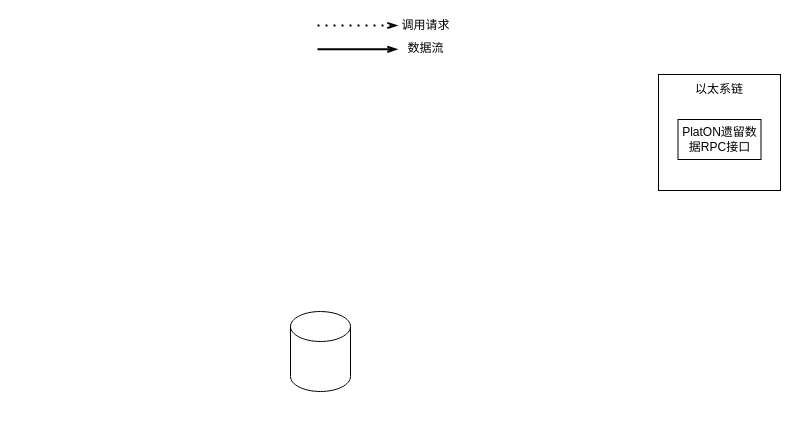
This is page "内置合约数据同步" (3 of 6) of VRF-architecture.drawio from trevorch/drawio, a draw.io file, before an edit. Source tidied: cells renumbered, new cells numbered last; positions are measured from the earlier drawing's top-left corner, leaving out a move shared by most shapes. Both pictures are drawn from the tidied source at 100%, with x=0, y=0 at pixel (290, 25).
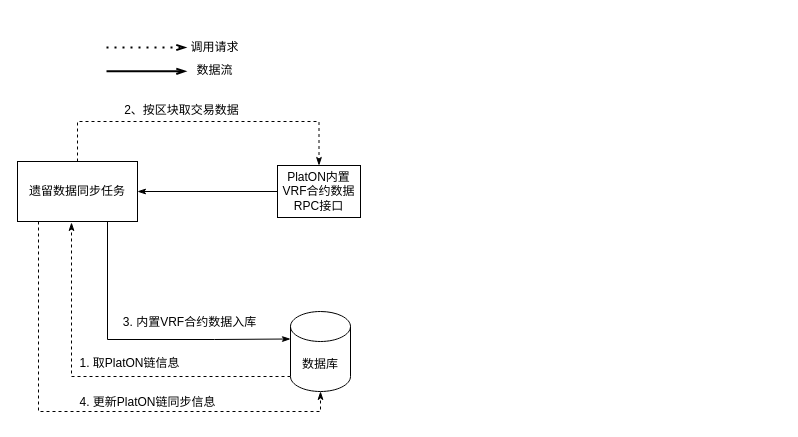
After the change.

Diff of the diagram source:
```diff
@@
     <mxCell id="2" style="endArrow=openThin;dashed=1;html=1;dashPattern=1 3;strokeWidth=2;rounded=0;fontSize=12;endFill=0;" parent="1" edge="1">
       <mxGeometry relative="1" as="geometry">
-        <mxPoint x="27" as="sourcePoint" />
-        <mxPoint x="107" as="targetPoint" />
+        <mxPoint x="-184" y="22" as="sourcePoint" />
+        <mxPoint x="-104" y="22" as="targetPoint" />
       </mxGeometry>
     </mxCell>
@@
     <mxCell id="4" style="endArrow=openThin;html=1;strokeWidth=2;rounded=0;fontSize=12;endFill=0;" parent="1" edge="1">
       <mxGeometry relative="1" as="geometry">
-        <mxPoint x="27" y="23.8" as="sourcePoint" />
-        <mxPoint x="107" y="23.8" as="targetPoint" />
+        <mxPoint x="-184" y="45.8" as="sourcePoint" />
+        <mxPoint x="-104" y="45.8" as="targetPoint" />
       </mxGeometry>
     </mxCell>
@@
-    <mxCell id="6" style="group;" parent="1" vertex="1">
-      <mxGeometry x="368" y="49" width="122" height="116" as="geometry" />
-    </mxCell>
-    <mxCell id="7" value="&lt;div style=&quot;text-align: left;&quot;&gt;&lt;span style=&quot;background-color: initial;&quot;&gt;以太系链&lt;/span&gt;&lt;/div&gt;&lt;div style=&quot;text-align: left;&quot;&gt;&lt;span style=&quot;background-color: initial;&quot;&gt;&lt;br&gt;&lt;/span&gt;&lt;/div&gt;&lt;div style=&quot;text-align: left;&quot;&gt;&lt;span style=&quot;background-color: initial;&quot;&gt;&lt;br&gt;&lt;/span&gt;&lt;/div&gt;&lt;div style=&quot;text-align: left;&quot;&gt;&lt;span style=&quot;background-color: initial;&quot;&gt;&lt;br&gt;&lt;/span&gt;&lt;/div&gt;&lt;div style=&quot;text-align: left;&quot;&gt;&lt;span style=&quot;background-color: initial;&quot;&gt;&lt;br&gt;&lt;/span&gt;&lt;/div&gt;&lt;div style=&quot;text-align: left;&quot;&gt;&lt;span style=&quot;background-color: initial;&quot;&gt;&lt;br&gt;&lt;/span&gt;&lt;/div&gt;&lt;div style=&quot;text-align: left;&quot;&gt;&lt;span style=&quot;background-color: initial;&quot;&gt;&lt;br&gt;&lt;/span&gt;&lt;/div&gt;" style="rounded=0;whiteSpace=wrap;html=1;fontSize=12;" parent="6" vertex="1">
-      <mxGeometry width="122" height="116" as="geometry" />
-    </mxCell>
+    <mxCell id="10" style="edgeStyle=orthogonalEdgeStyle;rounded=0;jettySize=auto;html=1;entryX=0.45;entryY=1.017;entryDx=0;entryDy=0;entryPerimeter=0;dashed=1;fontSize=12;startArrow=none;startFill=0;endArrow=classicThin;endFill=1;exitX=0;exitY=1;exitDx=0;exitDy=-15;exitPerimeter=0;" parent="1" edge="1" source="9" target="19">
+      <mxGeometry relative="1" as="geometry" />
+    </mxCell>
+    <mxCell id="11" value="1. 取PlatON链信息" style="edgeLabel;html=1;align=center;verticalAlign=middle;fontSize=12;" parent="10" vertex="1">
+      <mxGeometry x="0.65" y="-3" relative="1" as="geometry">
+        <mxPoint x="54" y="75" as="offset" />
+      </mxGeometry>
+    </mxCell>
+    <mxCell id="9" value="数据库" style="shape=cylinder3;whiteSpace=wrap;html=1;boundedLbl=1;backgroundOutline=1;size=15;fontSize=12;" parent="1" vertex="1">
+      <mxGeometry y="286" width="60" height="80" as="geometry" />
+    </mxCell>
+    <mxCell id="12" style="edgeStyle=orthogonalEdgeStyle;rounded=0;jettySize=auto;html=1;entryX=1;entryY=0.5;entryDx=0;entryDy=0;fontSize=12;startArrow=none;startFill=0;endArrow=classicThin;endFill=1;" parent="1" edge="1" source="8" target="19">
+      <mxGeometry relative="1" as="geometry" />
+    </mxCell>
-    <mxCell id="8" value="&lt;span style=&quot;&quot;&gt;PlatON遗留数据RPC接口&lt;/span&gt;" style="rounded=0;whiteSpace=wrap;html=1;fontSize=12;" parent="6" vertex="1">
-      <mxGeometry x="19.5" y="45" width="83" height="40" as="geometry" />
+    <mxCell id="8" value="&lt;span style=&quot;&quot;&gt;PlatON内置VRF合约数据RPC接口&lt;/span&gt;" style="rounded=0;whiteSpace=wrap;html=1;fontSize=12;" parent="1" vertex="1">
+      <mxGeometry x="-13" y="140" width="83" height="52" as="geometry" />
     </mxCell>
-    <mxCell id="9" style="shape=cylinder3;whiteSpace=wrap;html=1;boundedLbl=1;backgroundOutline=1;size=15;fontSize=12;" parent="1" vertex="1">
-      <mxGeometry y="286" width="60" height="80" as="geometry" />
-    </mxCell>
+    <mxCell id="13" style="edgeStyle=orthogonalEdgeStyle;rounded=0;jettySize=auto;html=1;entryX=0.5;entryY=0;entryDx=0;entryDy=0;dashed=1;fontSize=12;startArrow=none;startFill=0;endArrow=classicThin;endFill=1;" parent="1" edge="1" source="19" target="8">
+      <mxGeometry relative="1" as="geometry">
+        <Array as="points">
+          <mxPoint x="-213" y="96" />
+          <mxPoint x="29" y="96" />
+        </Array>
+      </mxGeometry>
+    </mxCell>
+    <mxCell id="14" value="2、按区块取交易数据" style="edgeLabel;html=1;align=center;verticalAlign=middle;fontSize=12;" parent="13" vertex="1">
+      <mxGeometry x="-0.1" y="4" relative="1" as="geometry">
+        <mxPoint x="-3" y="-8" as="offset" />
+      </mxGeometry>
+    </mxCell>
+    <mxCell id="15" style="edgeStyle=orthogonalEdgeStyle;rounded=0;jettySize=auto;html=1;entryX=0;entryY=0;entryDx=0;entryDy=27.5;entryPerimeter=0;fontSize=12;startArrow=none;startFill=0;endArrow=classicThin;endFill=1;exitX=0.75;exitY=1;exitDx=0;exitDy=0;" parent="1" edge="1" source="19" target="9">
+      <mxGeometry relative="1" as="geometry">
+        <Array as="points">
+          <mxPoint x="-183" y="314" />
+          <mxPoint x="-76" y="314" />
+        </Array>
+      </mxGeometry>
+    </mxCell>
+    <mxCell id="16" value="3. 内置VRF合约数据入库" style="edgeLabel;html=1;align=center;verticalAlign=middle;fontSize=12;" parent="15" vertex="1">
+      <mxGeometry x="-0.54" y="2" relative="1" as="geometry">
+        <mxPoint x="79" y="31" as="offset" />
+      </mxGeometry>
+    </mxCell>
+    <mxCell id="17" style="edgeStyle=orthogonalEdgeStyle;rounded=0;jettySize=auto;html=1;entryX=0.5;entryY=1;entryDx=0;entryDy=0;entryPerimeter=0;fontSize=12;startArrow=none;startFill=0;endArrow=classicThin;endFill=1;dashed=1;" parent="1" edge="1" source="19" target="9">
+      <mxGeometry relative="1" as="geometry">
+        <Array as="points">
+          <mxPoint x="-252" y="386" />
+          <mxPoint x="30" y="386" />
+        </Array>
+      </mxGeometry>
+    </mxCell>
+    <mxCell id="18" value="4. 更新PlatON链同步信息" style="edgeLabel;html=1;align=center;verticalAlign=middle;fontSize=12;" parent="17" vertex="1">
+      <mxGeometry x="0.13" y="2" relative="1" as="geometry">
+        <mxPoint x="20" y="-8" as="offset" />
+      </mxGeometry>
+    </mxCell>
+    <mxCell id="19" value="遗留数据同步任务" style="rounded=0;whiteSpace=wrap;html=1;fontSize=12;" parent="1" vertex="1">
+      <mxGeometry x="-273" y="136" width="120" height="60" as="geometry" />
+    </mxCell>
```
